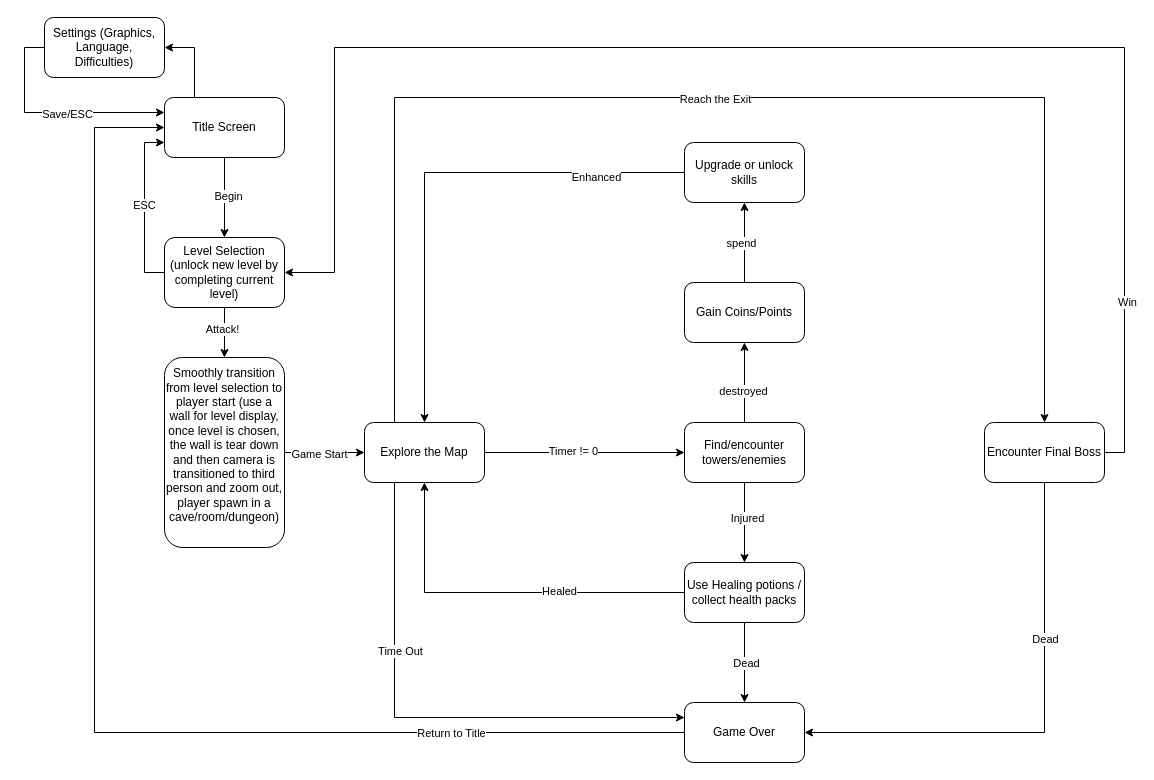
Above: Untitled Diagram.drawio in songjian0127/HTML- (draw.io), before the change. Source tidied: cells renumbered, new cells numbered last; positions are measured from the earlier drawing's top-left corner, leaving out a move shared by most shapes. Both pictures are drawn from the tidied source at 100%, with x=0, y=0 at pixel (44, 17).
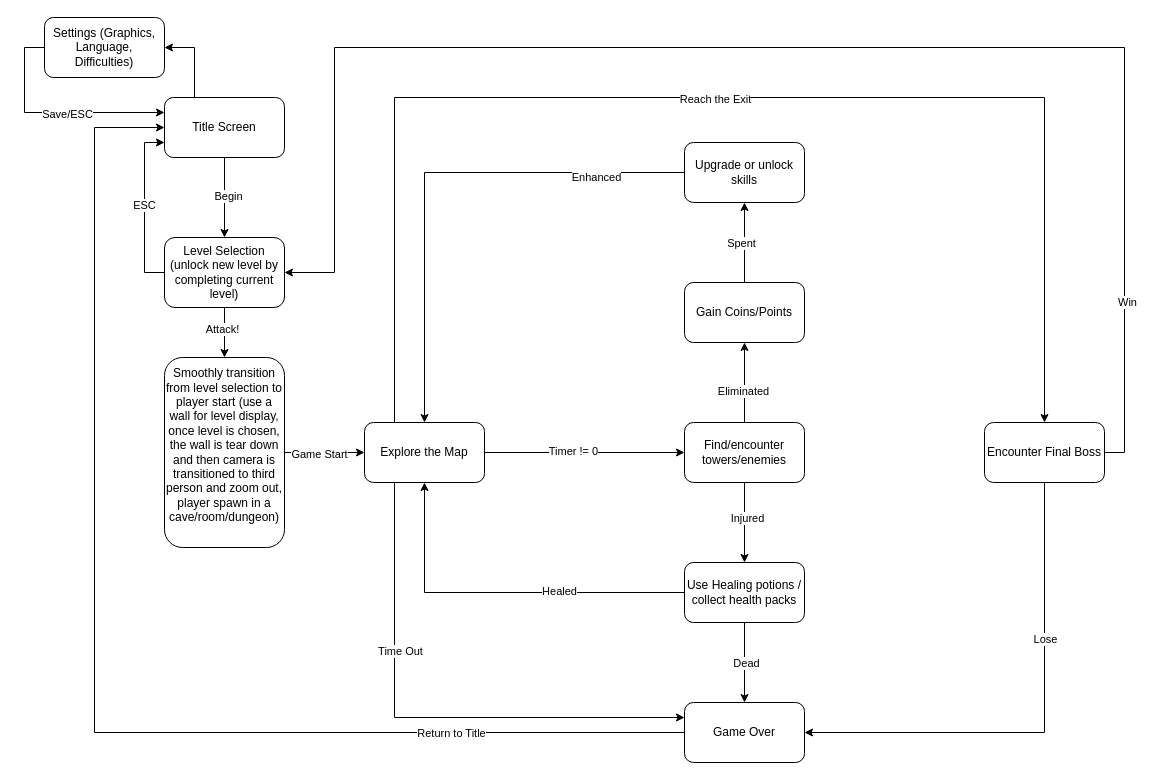
The same page after the edit.

Unchanged cells that the change refers to:
```xml
<mxCell id="24" style="edgeStyle=orthogonalEdgeStyle;rounded=0;jettySize=auto;html=1;" parent="1" edge="1" source="28" target="31">
  <mxGeometry relative="1" as="geometry" />
</mxCell>
<mxCell id="29" style="edgeStyle=orthogonalEdgeStyle;rounded=0;jettySize=auto;html=1;" parent="1" edge="1" source="31" target="34">
  <mxGeometry relative="1" as="geometry" />
</mxCell>
<mxCell id="43" style="edgeStyle=orthogonalEdgeStyle;rounded=0;jettySize=auto;html=1;entryX=1;entryY=0.5;entryDx=0;entryDy=0;" parent="1" edge="1" source="47" target="42">
  <mxGeometry relative="1" as="geometry">
    <Array as="points">
      <mxPoint x="1000" y="715" />
    </Array>
  </mxGeometry>
</mxCell>
```

Change to the diagram source:
```diff
@@
-    <mxCell id="25" value="destroyed" style="edgeLabel;html=1;align=center;verticalAlign=middle;" parent="24" vertex="1">
+    <mxCell id="25" value="Eliminated" style="edgeLabel;html=1;align=center;verticalAlign=middle;" parent="24" vertex="1">
       <mxGeometry x="-0.2" y="2" relative="1" as="geometry" />
     </mxCell>
@@
-    <mxCell id="30" value="spend" style="edgeLabel;html=1;align=center;verticalAlign=middle;" parent="29" vertex="1">
+    <mxCell id="30" value="Spent" style="edgeLabel;html=1;align=center;verticalAlign=middle;" parent="29" vertex="1">
       <mxGeometry x="-0.01" y="4" relative="1" as="geometry" />
     </mxCell>
@@
-    <mxCell id="44" value="Dead" style="edgeLabel;html=1;align=center;verticalAlign=middle;" parent="43" vertex="1">
+    <mxCell id="44" value="Lose" style="edgeLabel;html=1;align=center;verticalAlign=middle;" parent="43" vertex="1">
       <mxGeometry x="-0.85" y="-1" relative="1" as="geometry">
         <mxPoint x="1" y="119" as="offset" />
       </mxGeometry>
     </mxCell>
```
